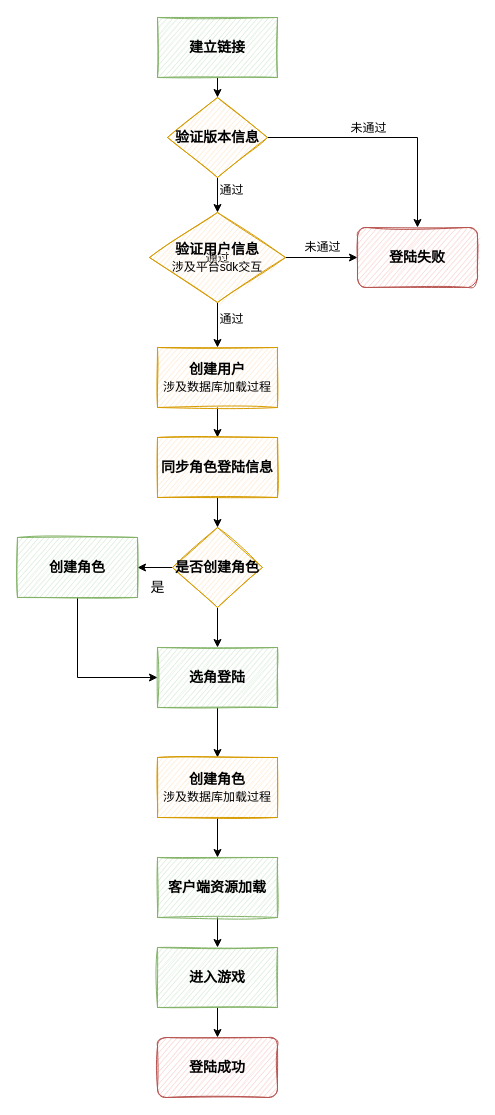
The draw.io diagram page "登陆逻辑" (10 of 11) of i-server.drawio in hsoul/lqua, before the edit. Source tidied: cells renumbered, new cells numbered last; positions are measured from the earlier drawing's top-left corner, leaving out a move shared by most shapes. Both pictures are drawn from the tidied source at 100%, with x=0, y=0 at pixel (17, 17).
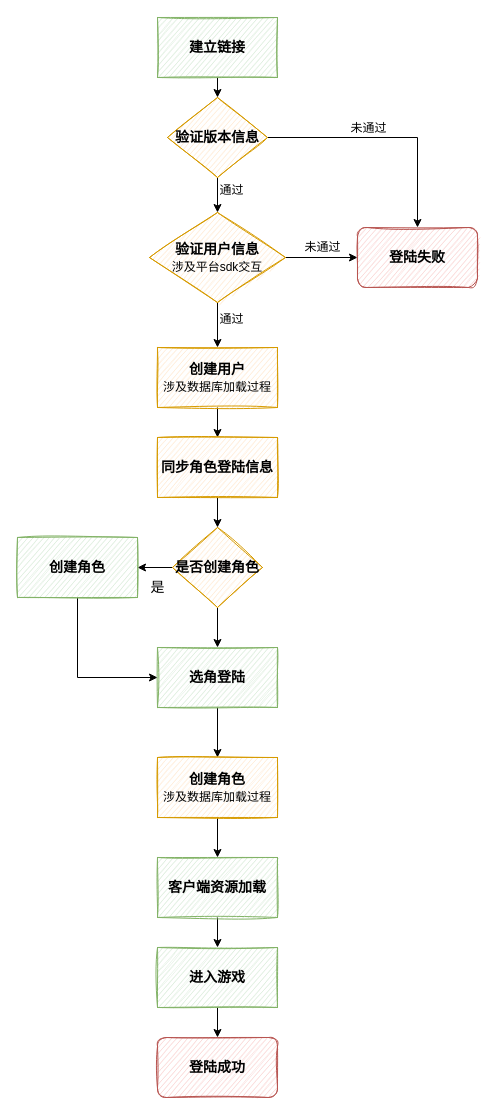
Above is the later version.

Change to the diagram source:
```diff
@@
-    <mxCell id="26" value="&lt;font style=&quot;font-size: 12px&quot;&gt;通过&lt;/font&gt;" style="text;html=1;align=center;verticalAlign=middle;fontSize=14;" parent="1" vertex="1">
-      <mxGeometry x="180" y="230" width="40" height="20" as="geometry" />
-    </mxCell>
```
